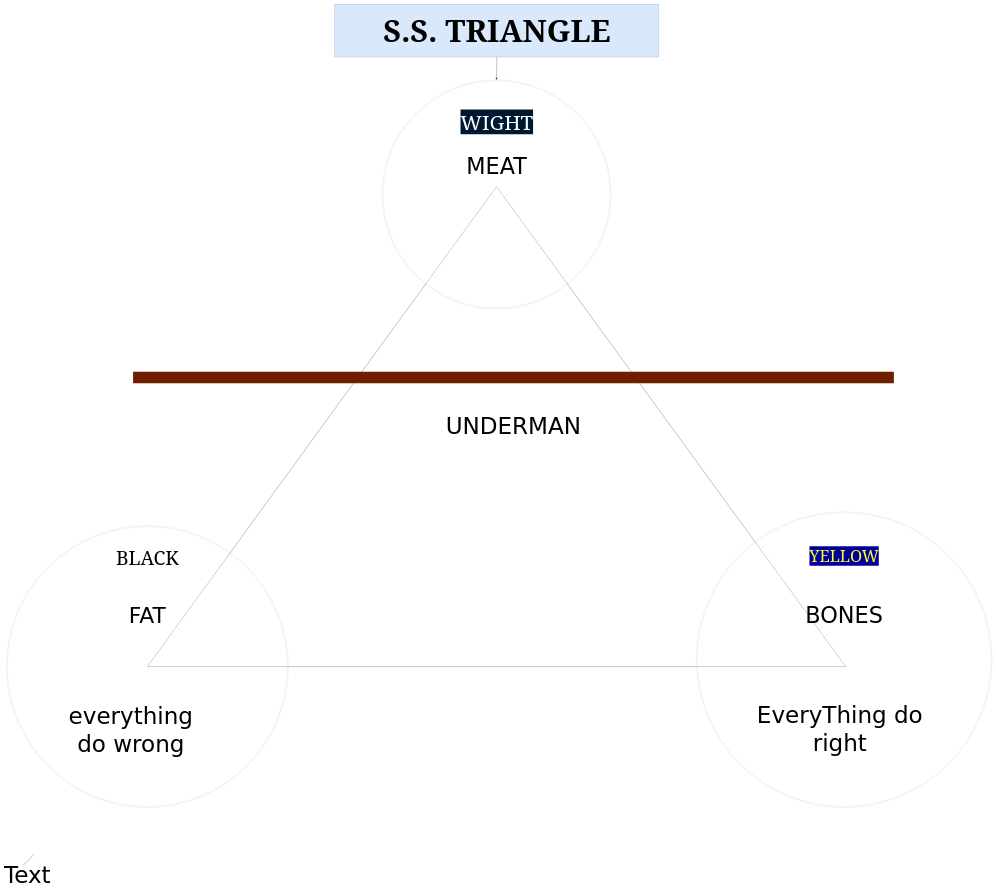
sergstorm/html keeps this draw.io diagram as Untitled Diagram.drawio. Above is the earlier version. Source tidied: cells renumbered, new cells numbered last; positions are measured from the earlier drawing's top-left corner, leaving out a move shared by most shapes. Both pictures are drawn from the tidied source at 24%, with x=0, y=0 at pixel (6, 4).
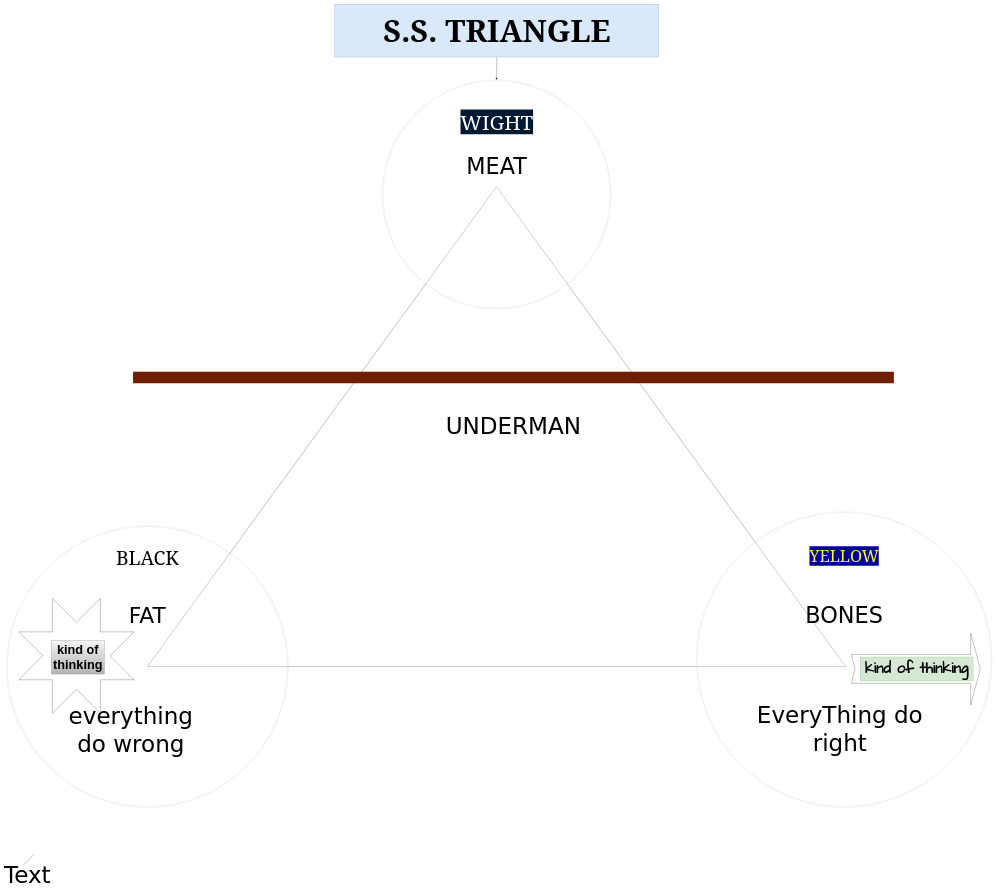
The same diagram, later.

Diff of the diagram source:
```diff
@@
+    <mxCell id="20" style="verticalLabelPosition=bottom;verticalAlign=top;html=1;shape=mxgraph.basic.8_point_star;" parent="1" vertex="1">
+      <mxGeometry x="52" y="2475.5" width="480" height="479" as="geometry" />
+    </mxCell>
+    <mxCell id="21" value="&lt;h3&gt;&lt;font style=&quot;font-size: 53px&quot;&gt;kind of thinking&lt;/font&gt;&lt;/h3&gt;" style="text;html=1;strokeColor=#666666;fillColor=#f5f5f5;align=center;verticalAlign=middle;whiteSpace=wrap;rounded=0;gradientColor=#b3b3b3;" parent="1" vertex="1">
+      <mxGeometry x="188" y="2651" width="220" height="140" as="geometry" />
+    </mxCell>
+    <mxCell id="22" style="html=1;shadow=0;dashed=0;align=center;verticalAlign=middle;shape=mxgraph.arrows2.arrow;dy=0.6;dx=40;notch=15;" parent="1" vertex="1">
+      <mxGeometry x="3521" y="2620" width="537" height="300" as="geometry" />
+    </mxCell>
+    <mxCell id="23" value="&lt;h4&gt;&lt;font style=&quot;font-size: 61px&quot; face=&quot;Comic Sans MS&quot;&gt;kind of thinking&lt;/font&gt;&lt;/h4&gt;" style="text;html=1;strokeColor=#82b366;fillColor=#d5e8d4;align=center;verticalAlign=middle;whiteSpace=wrap;rounded=0;" parent="1" vertex="1">
+      <mxGeometry x="3558" y="2720" width="470" height="100" as="geometry" />
+    </mxCell>
```
